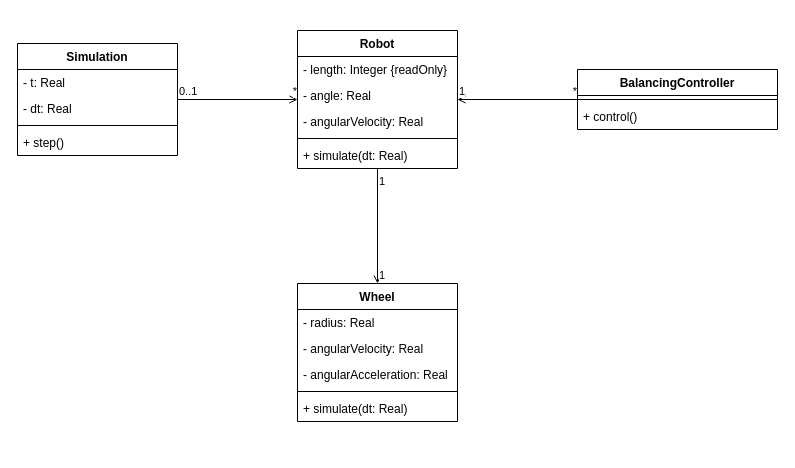
Earlier version of the draw.io diagram Diagrams/Class Diagram.drawio (highestPACE/balance-avoidance-simulator). Source tidied: cells renumbered, new cells numbered last; positions are measured from the earlier drawing's top-left corner, leaving out a move shared by most shapes. Both pictures are drawn from the tidied source at 100%, with x=0, y=0 at pixel (17, 30).
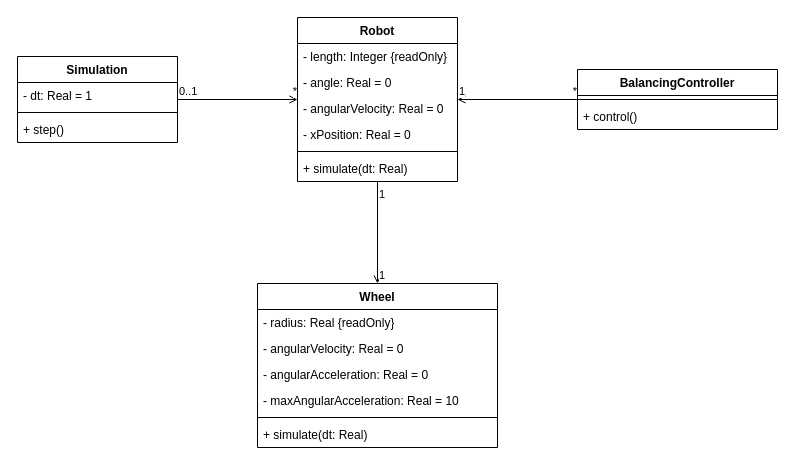
Above is the later version.

Commit message (it also covers changes not shown here):
Updated Class Diagram

Diff of the diagram source:
```diff
@@
     <mxCell id="2" value="Robot" style="swimlane;fontStyle=1;align=center;verticalAlign=top;horizontal=1;startSize=26;whiteSpace=wrap;html=1;" parent="1" vertex="1">
-      <mxGeometry x="280" width="160" height="138" as="geometry" />
+      <mxGeometry x="280" y="-13" width="160" height="164" as="geometry" />
     </mxCell>
@@
-    <mxCell id="4" value="- angle: Real" style="text;strokeColor=none;fillColor=none;align=left;verticalAlign=top;spacingLeft=4;spacingRight=4;overflow=hidden;whiteSpace=wrap;html=1;" parent="2" vertex="1">
+    <mxCell id="4" value="- angle: Real = 0" style="text;strokeColor=none;fillColor=none;align=left;verticalAlign=top;spacingLeft=4;spacingRight=4;overflow=hidden;whiteSpace=wrap;html=1;" parent="2" vertex="1">
       <mxGeometry y="52" width="160" height="26" as="geometry" />
     </mxCell>
-    <mxCell id="5" value="- angularVelocity: Real" style="text;strokeColor=none;fillColor=none;align=left;verticalAlign=top;spacingLeft=4;spacingRight=4;overflow=hidden;whiteSpace=wrap;html=1;" parent="2" vertex="1">
+    <mxCell id="5" value="- angularVelocity: Real = 0" style="text;strokeColor=none;fillColor=none;align=left;verticalAlign=top;spacingLeft=4;spacingRight=4;overflow=hidden;whiteSpace=wrap;html=1;" parent="2" vertex="1">
       <mxGeometry y="78" width="160" height="26" as="geometry" />
     </mxCell>
+    <mxCell id="31" value="- xPosition: Real = 0" style="text;strokeColor=none;fillColor=none;align=left;verticalAlign=top;spacingLeft=4;spacingRight=4;overflow=hidden;whiteSpace=wrap;html=1;" parent="2" vertex="1">
+      <mxGeometry y="104" width="160" height="26" as="geometry" />
+    </mxCell>
     <mxCell id="6" style="line;strokeWidth=1;fillColor=none;align=left;verticalAlign=middle;spacingTop=-1;spacingLeft=3;spacingRight=3;labelPosition=right;strokeColor=inherit;" parent="2" vertex="1">
-      <mxGeometry y="104" width="160" height="8" as="geometry" />
+      <mxGeometry y="130" width="160" height="8" as="geometry" />
     </mxCell>
     <mxCell id="7" value="+ simulate(dt: Real)" style="text;strokeColor=none;fillColor=none;align=left;verticalAlign=top;spacingLeft=4;spacingRight=4;overflow=hidden;whiteSpace=wrap;html=1;" parent="2" vertex="1">
-      <mxGeometry y="112" width="160" height="26" as="geometry" />
+      <mxGeometry y="138" width="160" height="26" as="geometry" />
     </mxCell>
     <mxCell id="8" value="Simulation" style="swimlane;fontStyle=1;align=center;verticalAlign=top;horizontal=1;startSize=26;whiteSpace=wrap;html=1;" parent="1" vertex="1">
-      <mxGeometry y="13" width="160" height="112" as="geometry" />
+      <mxGeometry y="26" width="160" height="86" as="geometry" />
     </mxCell>
-    <mxCell id="9" value="- t: Real" style="text;strokeColor=none;fillColor=none;align=left;verticalAlign=top;spacingLeft=4;spacingRight=4;overflow=hidden;whiteSpace=wrap;html=1;" parent="8" vertex="1">
-      <mxGeometry y="26" width="160" height="26" as="geometry" />
-    </mxCell>
-    <mxCell id="10" value="- dt: Real" style="text;strokeColor=none;fillColor=none;align=left;verticalAlign=top;spacingLeft=4;spacingRight=4;overflow=hidden;whiteSpace=wrap;html=1;" parent="8" vertex="1">
-      <mxGeometry y="52" width="160" height="26" as="geometry" />
+    <mxCell id="10" value="- dt: Real = 1" style="text;strokeColor=none;fillColor=none;align=left;verticalAlign=top;spacingLeft=4;spacingRight=4;overflow=hidden;whiteSpace=wrap;html=1;" parent="8" vertex="1">
+      <mxGeometry y="26" width="160" height="26" as="geometry" />
     </mxCell>
     <mxCell id="11" style="line;strokeWidth=1;fillColor=none;align=left;verticalAlign=middle;spacingTop=-1;spacingLeft=3;spacingRight=3;labelPosition=right;strokeColor=inherit;" parent="8" vertex="1">
-      <mxGeometry y="78" width="160" height="8" as="geometry" />
+      <mxGeometry y="52" width="160" height="8" as="geometry" />
     </mxCell>
     <mxCell id="12" value="+ step()" style="text;strokeColor=none;fillColor=none;align=left;verticalAlign=top;spacingLeft=4;spacingRight=4;overflow=hidden;whiteSpace=wrap;html=1;" parent="8" vertex="1">
-      <mxGeometry y="86" width="160" height="26" as="geometry" />
+      <mxGeometry y="60" width="160" height="26" as="geometry" />
     </mxCell>
@@
     <mxCell id="16" value="Wheel" style="swimlane;fontStyle=1;align=center;verticalAlign=top;horizontal=1;startSize=26;whiteSpace=wrap;html=1;" parent="1" vertex="1">
-      <mxGeometry x="280" y="253" width="160" height="138" as="geometry" />
+      <mxGeometry x="240" y="253" width="240" height="164" as="geometry" />
     </mxCell>
-    <mxCell id="17" value="- radius: Real" style="text;strokeColor=none;fillColor=none;align=left;verticalAlign=top;spacingLeft=4;spacingRight=4;overflow=hidden;whiteSpace=wrap;html=1;" parent="16" vertex="1">
-      <mxGeometry y="26" width="160" height="26" as="geometry" />
+    <mxCell id="17" value="- radius: Real {readOnly}" style="text;strokeColor=none;fillColor=none;align=left;verticalAlign=top;spacingLeft=4;spacingRight=4;overflow=hidden;whiteSpace=wrap;html=1;" parent="16" vertex="1">
+      <mxGeometry y="26" width="240" height="26" as="geometry" />
     </mxCell>
-    <mxCell id="18" value="- angularVelocity: Real" style="text;strokeColor=none;fillColor=none;align=left;verticalAlign=top;spacingLeft=4;spacingRight=4;overflow=hidden;whiteSpace=wrap;html=1;" parent="16" vertex="1">
-      <mxGeometry y="52" width="160" height="26" as="geometry" />
+    <mxCell id="18" value="- angularVelocity: Real = 0" style="text;strokeColor=none;fillColor=none;align=left;verticalAlign=top;spacingLeft=4;spacingRight=4;overflow=hidden;whiteSpace=wrap;html=1;" parent="16" vertex="1">
+      <mxGeometry y="52" width="240" height="26" as="geometry" />
     </mxCell>
-    <mxCell id="19" value="- angularAcceleration: Real" style="text;strokeColor=none;fillColor=none;align=left;verticalAlign=top;spacingLeft=4;spacingRight=4;overflow=hidden;whiteSpace=wrap;html=1;" parent="16" vertex="1">
-      <mxGeometry y="78" width="160" height="26" as="geometry" />
+    <mxCell id="19" value="- angularAcceleration: Real = 0" style="text;strokeColor=none;fillColor=none;align=left;verticalAlign=top;spacingLeft=4;spacingRight=4;overflow=hidden;whiteSpace=wrap;html=1;" parent="16" vertex="1">
+      <mxGeometry y="78" width="240" height="26" as="geometry" />
     </mxCell>
+    <mxCell id="32" value="- maxAngularAcceleration: Real = 10" style="text;strokeColor=none;fillColor=none;align=left;verticalAlign=top;spacingLeft=4;spacingRight=4;overflow=hidden;whiteSpace=wrap;html=1;" parent="16" vertex="1">
+      <mxGeometry y="104" width="240" height="26" as="geometry" />
+    </mxCell>
     <mxCell id="20" style="line;strokeWidth=1;fillColor=none;align=left;verticalAlign=middle;spacingTop=-1;spacingLeft=3;spacingRight=3;labelPosition=right;strokeColor=inherit;" parent="16" vertex="1">
-      <mxGeometry y="104" width="160" height="8" as="geometry" />
+      <mxGeometry y="130" width="240" height="8" as="geometry" />
     </mxCell>
     <mxCell id="21" value="+ simulate(dt: Real)" style="text;strokeColor=none;fillColor=none;align=left;verticalAlign=top;spacingLeft=4;spacingRight=4;overflow=hidden;whiteSpace=wrap;html=1;" parent="16" vertex="1">
-      <mxGeometry y="112" width="160" height="26" as="geometry" />
+      <mxGeometry y="138" width="240" height="26" as="geometry" />
     </mxCell>
```
